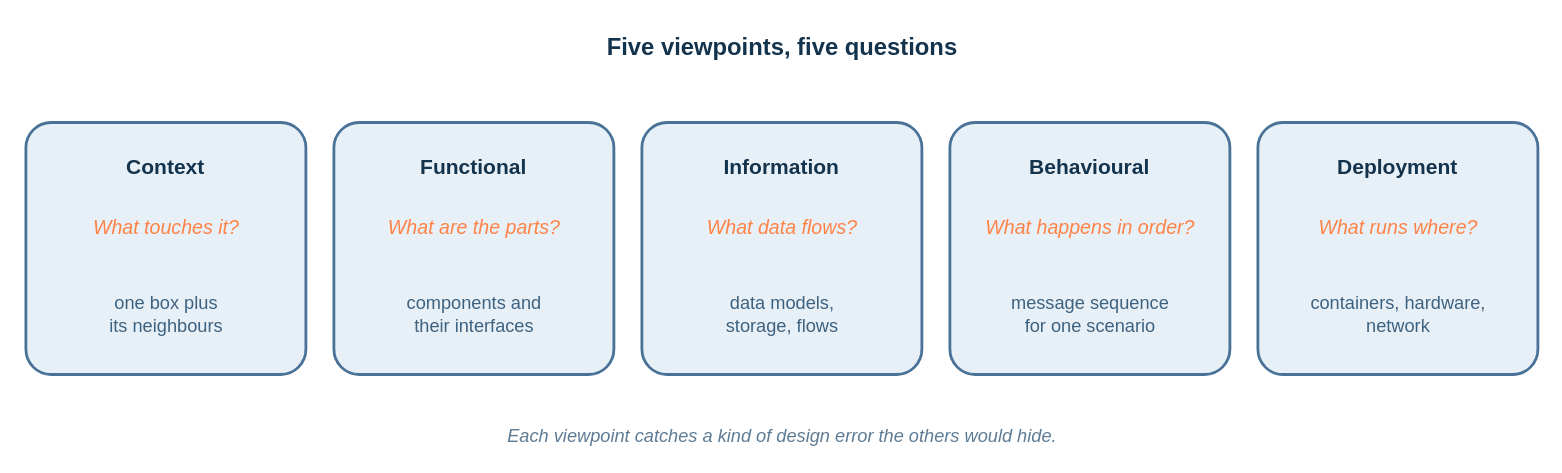
Earlier version of the draw.io diagram course-notes/diagrams/course-notes1-fig06.drawio (eislab-cps/D7065E). Source tidied: cells renumbered, new cells numbered last; positions are measured from the earlier drawing's top-left corner, leaving out a move shared by most shapes. Both pictures are drawn from the tidied source at 140%, with x=0, y=0 at pixel (25, 24).
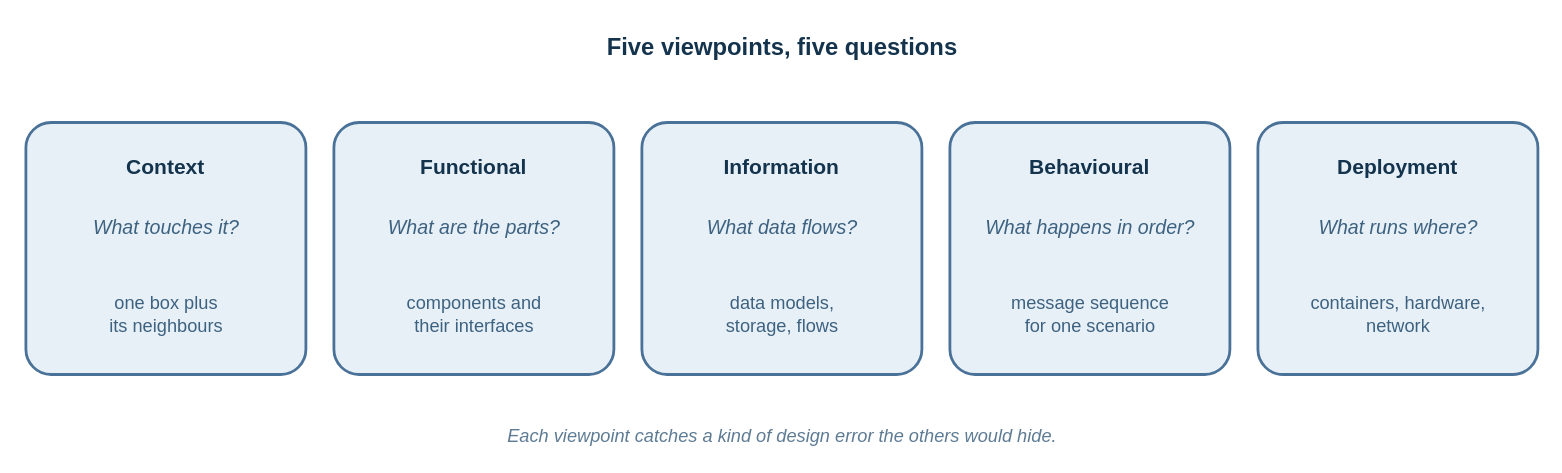
The same diagram, later.

What changed in the source:
```diff
@@
 <mxGraphModel background="#FFFFFF">
   <root>
     <mxCell id="0" />
     <mxCell id="1" parent="0" />
     <mxCell id="2" value="Five viewpoints, five questions" style="text;html=1;align=center;fontColor=#14334D;fontSize=17;fontStyle=1;fontFamily=Helvetica;" parent="1" vertex="1">
       <mxGeometry width="1080" height="30" as="geometry" />
     </mxCell>
     <mxCell id="3" value="Context" style="rounded=1;whiteSpace=wrap;html=1;fillColor=#E8F0F7;strokeColor=#4A7298;strokeWidth=2;fontColor=#14334D;fontFamily=Helvetica;arcSize=10;fontSize=15;fontStyle=1;verticalAlign=top;spacingTop=16;" parent="1" vertex="1">
       <mxGeometry y="70" width="200" height="180" as="geometry" />
     </mxCell>
-    <mxCell id="4" value="What touches it?" style="text;html=1;align=center;fontColor=#FF8247;fontSize=14;fontStyle=2;fontFamily=Helvetica;" parent="1" vertex="1">
+    <mxCell id="4" value="What touches it?" style="text;html=1;align=center;fontColor=#3D6280;fontSize=14;fontStyle=2;fontFamily=Helvetica;" parent="1" vertex="1">
       <mxGeometry x="10" y="130" width="180" height="30" as="geometry" />
     </mxCell>
     <mxCell id="5" value="one box plus&#10;its neighbours" style="text;html=1;align=center;fontColor=#3D6280;fontSize=13;fontFamily=Helvetica;" parent="1" vertex="1">
       <mxGeometry x="10" y="185" width="180" height="40" as="geometry" />
     </mxCell>
     <mxCell id="6" value="Functional" style="rounded=1;whiteSpace=wrap;html=1;fillColor=#E8F0F7;strokeColor=#4A7298;strokeWidth=2;fontColor=#14334D;fontFamily=Helvetica;arcSize=10;fontSize=15;fontStyle=1;verticalAlign=top;spacingTop=16;" parent="1" vertex="1">
       <mxGeometry x="220" y="70" width="200" height="180" as="geometry" />
     </mxCell>
-    <mxCell id="7" value="What are the parts?" style="text;html=1;align=center;fontColor=#FF8247;fontSize=14;fontStyle=2;fontFamily=Helvetica;" parent="1" vertex="1">
+    <mxCell id="7" value="What are the parts?" style="text;html=1;align=center;fontColor=#3D6280;fontSize=14;fontStyle=2;fontFamily=Helvetica;" parent="1" vertex="1">
       <mxGeometry x="230" y="130" width="180" height="30" as="geometry" />
     </mxCell>
     <mxCell id="8" value="components and&#10;their interfaces" style="text;html=1;align=center;fontColor=#3D6280;fontSize=13;fontFamily=Helvetica;" parent="1" vertex="1">
       <mxGeometry x="230" y="185" width="180" height="40" as="geometry" />
     </mxCell>
     <mxCell id="9" value="Information" style="rounded=1;whiteSpace=wrap;html=1;fillColor=#E8F0F7;strokeColor=#4A7298;strokeWidth=2;fontColor=#14334D;fontFamily=Helvetica;arcSize=10;fontSize=15;fontStyle=1;verticalAlign=top;spacingTop=16;" parent="1" vertex="1">
       <mxGeometry x="440" y="70" width="200" height="180" as="geometry" />
     </mxCell>
-    <mxCell id="10" value="What data flows?" style="text;html=1;align=center;fontColor=#FF8247;fontSize=14;fontStyle=2;fontFamily=Helvetica;" parent="1" vertex="1">
+    <mxCell id="10" value="What data flows?" style="text;html=1;align=center;fontColor=#3D6280;fontSize=14;fontStyle=2;fontFamily=Helvetica;" parent="1" vertex="1">
       <mxGeometry x="450" y="130" width="180" height="30" as="geometry" />
     </mxCell>
     <mxCell id="11" value="data models,&#10;storage, flows" style="text;html=1;align=center;fontColor=#3D6280;fontSize=13;fontFamily=Helvetica;" parent="1" vertex="1">
       <mxGeometry x="450" y="185" width="180" height="40" as="geometry" />
     </mxCell>
     <mxCell id="12" value="Behavioural" style="rounded=1;whiteSpace=wrap;html=1;fillColor=#E8F0F7;strokeColor=#4A7298;strokeWidth=2;fontColor=#14334D;fontFamily=Helvetica;arcSize=10;fontSize=15;fontStyle=1;verticalAlign=top;spacingTop=16;" parent="1" vertex="1">
       <mxGeometry x="660" y="70" width="200" height="180" as="geometry" />
     </mxCell>
-    <mxCell id="13" value="What happens in order?" style="text;html=1;align=center;fontColor=#FF8247;fontSize=14;fontStyle=2;fontFamily=Helvetica;" parent="1" vertex="1">
+    <mxCell id="13" value="What happens in order?" style="text;html=1;align=center;fontColor=#3D6280;fontSize=14;fontStyle=2;fontFamily=Helvetica;" parent="1" vertex="1">
       <mxGeometry x="670" y="130" width="180" height="30" as="geometry" />
     </mxCell>
     <mxCell id="14" value="message sequence&#10;for one scenario" style="text;html=1;align=center;fontColor=#3D6280;fontSize=13;fontFamily=Helvetica;" parent="1" vertex="1">
       <mxGeometry x="670" y="185" width="180" height="40" as="geometry" />
     </mxCell>
     <mxCell id="15" value="Deployment" style="rounded=1;whiteSpace=wrap;html=1;fillColor=#E8F0F7;strokeColor=#4A7298;strokeWidth=2;fontColor=#14334D;fontFamily=Helvetica;arcSize=10;fontSize=15;fontStyle=1;verticalAlign=top;spacingTop=16;" parent="1" vertex="1">
       <mxGeometry x="880" y="70" width="200" height="180" as="geometry" />
     </mxCell>
-    <mxCell id="16" value="What runs where?" style="text;html=1;align=center;fontColor=#FF8247;fontSize=14;fontStyle=2;fontFamily=Helvetica;" parent="1" vertex="1">
+    <mxCell id="16" value="What runs where?" style="text;html=1;align=center;fontColor=#3D6280;fontSize=14;fontStyle=2;fontFamily=Helvetica;" parent="1" vertex="1">
       <mxGeometry x="890" y="130" width="180" height="30" as="geometry" />
     </mxCell>
     <mxCell id="17" value="containers, hardware,&#10;network" style="text;html=1;align=center;fontColor=#3D6280;fontSize=13;fontFamily=Helvetica;" parent="1" vertex="1">
       <mxGeometry x="890" y="185" width="180" height="40" as="geometry" />
     </mxCell>
     <mxCell id="18" value="Each viewpoint catches a kind of design error the others would hide." style="text;html=1;align=center;fontColor=#5E7B94;fontSize=13;fontStyle=2;fontFamily=Helvetica;" parent="1" vertex="1">
       <mxGeometry x="240" y="280" width="600" height="24" as="geometry" />
     </mxCell>
   </root>
 </mxGraphModel>
```
